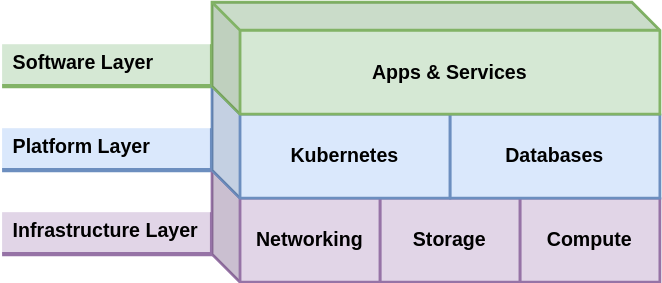
Before: docs/content/assets/homeops-layers-all.svg, a diagram exported from draw.io (bcbrookman/homeops). Source tidied: cells renumbered, new cells last; positions are measured from the earlier drawing's top-left corner, leaving out a move shared by most shapes. The source it was exported from:
```xml
<mxGraphModel>
  <root>
    <mxCell id="0" />
    <mxCell id="1" parent="0" />
    <mxCell id="2" style="group;fontColor=#4D4D4D;fontStyle=1;fontSize=14;fontFamily=Arial;" parent="1" vertex="1">
      <mxGeometry width="470" height="200" as="geometry" />
    </mxCell>
    <mxCell id="3" style="group;fontColor=#4D4D4D;fontStyle=1;fontSize=14;fontFamily=Arial;" parent="2" vertex="1">
      <mxGeometry width="470" height="200" as="geometry" />
    </mxCell>
    <mxCell id="4" value="Infrastructure Layer" style="shape=partialRectangle;whiteSpace=wrap;html=1;top=0;left=0;rounded=0;shadow=0;strokeColor=#9673a6;strokeWidth=3;fontSize=14;align=left;verticalAlign=bottom;gradientDirection=west;fillColor=#e1d5e7;spacing=8;fontStyle=1;fontFamily=Arial;" parent="3" vertex="1">
      <mxGeometry y="150" width="150" height="30" as="geometry" />
    </mxCell>
    <mxCell id="5" value="Platform Layer" style="shape=partialRectangle;whiteSpace=wrap;html=1;top=0;left=0;rounded=0;shadow=0;strokeColor=#6c8ebf;strokeWidth=3;fontSize=14;align=left;verticalAlign=bottom;gradientDirection=west;fillColor=#dae8fc;spacing=8;fontStyle=1;fontFamily=Arial;" parent="3" vertex="1">
      <mxGeometry y="90" width="150" height="30" as="geometry" />
    </mxCell>
    <mxCell id="6" value="Software Layer" style="shape=partialRectangle;whiteSpace=wrap;html=1;top=0;left=0;rounded=0;shadow=0;strokeColor=#82b366;strokeWidth=3;fontSize=14;align=left;verticalAlign=bottom;gradientDirection=west;fillColor=#d5e8d4;spacing=8;fontStyle=1;fontFamily=Arial;" parent="3" vertex="1">
      <mxGeometry y="30" width="150" height="30" as="geometry" />
    </mxCell>
    <mxCell id="7" value="Compute" style="shape=cube;whiteSpace=wrap;html=1;boundedLbl=1;backgroundOutline=1;darkOpacity=0.05;darkOpacity2=0.1;fillColor=#e1d5e7;strokeColor=#9673a6;strokeWidth=2;fontStyle=1;fontSize=14;shadow=0;fontFamily=Arial;" parent="3" vertex="1">
      <mxGeometry x="350" y="120" width="120" height="80" as="geometry" />
    </mxCell>
    <mxCell id="8" value="Storage" style="shape=cube;whiteSpace=wrap;html=1;boundedLbl=1;backgroundOutline=1;darkOpacity=0.05;darkOpacity2=0.1;fillColor=#e1d5e7;strokeColor=#9673a6;strokeWidth=2;fontStyle=1;fontSize=14;shadow=0;fontFamily=Arial;" parent="3" vertex="1">
      <mxGeometry x="250" y="120" width="120" height="80" as="geometry" />
    </mxCell>
    <mxCell id="9" value="Networking" style="shape=cube;whiteSpace=wrap;html=1;boundedLbl=1;backgroundOutline=1;darkOpacity=0.05;darkOpacity2=0.1;fillColor=#e1d5e7;strokeColor=#9673a6;strokeWidth=2;fontStyle=1;fontSize=14;shadow=0;fontFamily=Arial;" parent="3" vertex="1">
      <mxGeometry x="150" y="120" width="120" height="80" as="geometry" />
    </mxCell>
    <mxCell id="10" value="Databases" style="shape=cube;whiteSpace=wrap;html=1;boundedLbl=1;backgroundOutline=1;darkOpacity=0.05;darkOpacity2=0.1;fillColor=#dae8fc;strokeColor=#6c8ebf;strokeWidth=2;fontStyle=1;fontSize=14;shadow=0;fontFamily=Arial;" parent="3" vertex="1">
      <mxGeometry x="300" y="60" width="170" height="80" as="geometry" />
    </mxCell>
    <mxCell id="11" value="Kubernetes" style="shape=cube;whiteSpace=wrap;html=1;boundedLbl=1;backgroundOutline=1;darkOpacity=0.05;darkOpacity2=0.1;fillColor=#dae8fc;strokeColor=#6c8ebf;strokeWidth=2;fontStyle=1;fontSize=14;shadow=0;fontFamily=Arial;" parent="3" vertex="1">
      <mxGeometry x="150" y="60" width="170" height="80" as="geometry" />
    </mxCell>
    <mxCell id="12" value="Apps &amp;amp; Services" style="shape=cube;whiteSpace=wrap;html=1;boundedLbl=1;backgroundOutline=1;darkOpacity=0.05;darkOpacity2=0.1;fillColor=#d5e8d4;strokeColor=#82b366;strokeWidth=2;fontStyle=1;fontSize=14;gradientDirection=south;perimeterSpacing=0;shadow=0;fontFamily=Arial;" parent="3" vertex="1">
      <mxGeometry x="150" width="320" height="80" as="geometry" />
    </mxCell>
  </root>
</mxGraphModel>
```
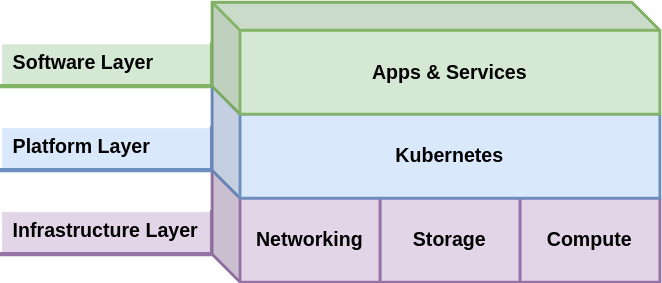
After the commit.

What changed in the source:
```diff
@@ -26,11 +26,8 @@
     <mxCell id="9" value="Networking" style="shape=cube;whiteSpace=wrap;html=1;boundedLbl=1;backgroundOutline=1;darkOpacity=0.05;darkOpacity2=0.1;fillColor=#e1d5e7;strokeColor=#9673a6;strokeWidth=2;fontStyle=1;fontSize=14;shadow=0;fontFamily=Arial;" parent="3" vertex="1">
       <mxGeometry x="150" y="120" width="120" height="80" as="geometry" />
     </mxCell>
-    <mxCell id="10" value="Databases" style="shape=cube;whiteSpace=wrap;html=1;boundedLbl=1;backgroundOutline=1;darkOpacity=0.05;darkOpacity2=0.1;fillColor=#dae8fc;strokeColor=#6c8ebf;strokeWidth=2;fontStyle=1;fontSize=14;shadow=0;fontFamily=Arial;" parent="3" vertex="1">
-      <mxGeometry x="300" y="60" width="170" height="80" as="geometry" />
-    </mxCell>
     <mxCell id="11" value="Kubernetes" style="shape=cube;whiteSpace=wrap;html=1;boundedLbl=1;backgroundOutline=1;darkOpacity=0.05;darkOpacity2=0.1;fillColor=#dae8fc;strokeColor=#6c8ebf;strokeWidth=2;fontStyle=1;fontSize=14;shadow=0;fontFamily=Arial;" parent="3" vertex="1">
-      <mxGeometry x="150" y="60" width="170" height="80" as="geometry" />
+      <mxGeometry x="150" y="60" width="320" height="80" as="geometry" />
     </mxCell>
     <mxCell id="12" value="Apps &amp;amp; Services" style="shape=cube;whiteSpace=wrap;html=1;boundedLbl=1;backgroundOutline=1;darkOpacity=0.05;darkOpacity2=0.1;fillColor=#d5e8d4;strokeColor=#82b366;strokeWidth=2;fontStyle=1;fontSize=14;gradientDirection=south;perimeterSpacing=0;shadow=0;fontFamily=Arial;" parent="3" vertex="1">
       <mxGeometry x="150" width="320" height="80" as="geometry" />
```
